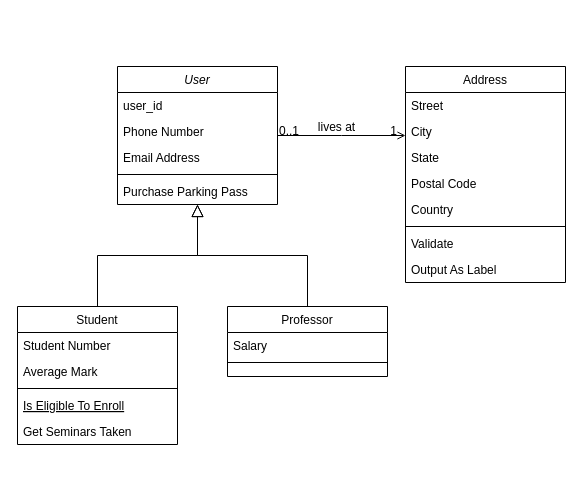
The draw.io diagram Dự án 1 - Nhóm 1.drawio in ShiroNeee/du_an_1, before the edit. Source tidied: cells renumbered, new cells numbered last; positions are measured from the earlier drawing's top-left corner, leaving out a move shared by most shapes. Both pictures are drawn from the tidied source at 100%, with x=0, y=0 at pixel (17, 66).
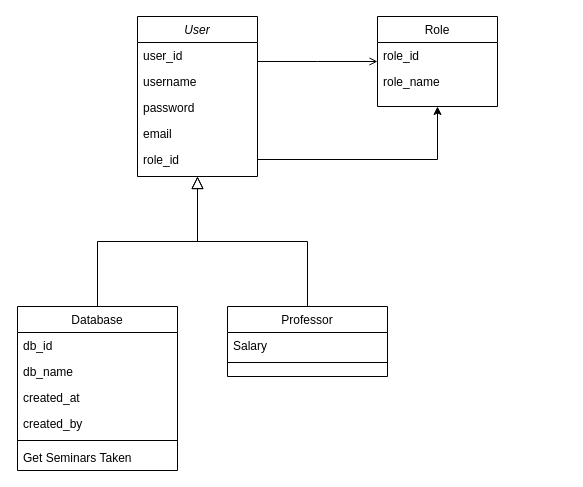
Above is the later version.

Commit message (it also covers changes not shown here):
Cập nhật Dự án 1 - Nhóm 1.drawio

The edit, as a diff of the source:
```diff
@@
-    <mxCell id="2" value="User" style="swimlane;fontStyle=2;align=center;verticalAlign=top;horizontal=1;startSize=26;rounded=0;shadow=0;strokeWidth=1;" parent="1" vertex="1">
-      <mxGeometry x="100" width="160" height="138" as="geometry" />
+    <mxCell id="2" value="User" style="swimlane;fontStyle=2;align=center;verticalAlign=top;horizontal=1;startSize=26;rounded=0;shadow=0;strokeWidth=1;labelBackgroundColor=none;" parent="1" vertex="1">
+      <mxGeometry x="120" y="-50" width="120" height="160" as="geometry" />
     </mxCell>
-    <mxCell id="3" value="user_id" style="text;align=left;verticalAlign=top;spacingLeft=4;spacingRight=4;overflow=hidden;" parent="2" vertex="1">
-      <mxGeometry y="26" width="160" height="26" as="geometry" />
+    <mxCell id="3" value="user_id" style="text;align=left;verticalAlign=top;spacingLeft=4;spacingRight=4;overflow=hidden;labelBackgroundColor=none;" parent="2" vertex="1">
+      <mxGeometry y="26" width="120" height="26" as="geometry" />
     </mxCell>
-    <mxCell id="4" value="Phone Number" style="text;align=left;verticalAlign=top;spacingLeft=4;spacingRight=4;overflow=hidden;rounded=0;shadow=0;html=0;" parent="2" vertex="1">
-      <mxGeometry y="52" width="160" height="26" as="geometry" />
+    <mxCell id="4" value="username" style="text;align=left;verticalAlign=top;spacingLeft=4;spacingRight=4;overflow=hidden;rounded=0;shadow=0;html=0;labelBackgroundColor=none;" parent="2" vertex="1">
+      <mxGeometry y="52" width="120" height="26" as="geometry" />
     </mxCell>
-    <mxCell id="5" value="Email Address" style="text;align=left;verticalAlign=top;spacingLeft=4;spacingRight=4;overflow=hidden;rounded=0;shadow=0;html=0;" parent="2" vertex="1">
-      <mxGeometry y="78" width="160" height="26" as="geometry" />
+    <mxCell id="5" value="password" style="text;align=left;verticalAlign=top;spacingLeft=4;spacingRight=4;overflow=hidden;rounded=0;shadow=0;html=0;labelBackgroundColor=none;" parent="2" vertex="1">
+      <mxGeometry y="78" width="120" height="26" as="geometry" />
     </mxCell>
-    <mxCell id="6" style="line;html=1;strokeWidth=1;align=left;verticalAlign=middle;spacingTop=-1;spacingLeft=3;spacingRight=3;labelPosition=right;" parent="2" vertex="1">
-      <mxGeometry y="104" width="160" height="8" as="geometry" />
-    </mxCell>
-    <mxCell id="7" value="Purchase Parking Pass" style="text;align=left;verticalAlign=top;spacingLeft=4;spacingRight=4;overflow=hidden;" parent="2" vertex="1">
-      <mxGeometry y="112" width="160" height="26" as="geometry" />
-    </mxCell>
+    <mxCell id="32" value="email" style="text;align=left;verticalAlign=top;spacingLeft=4;spacingRight=4;overflow=hidden;rounded=0;shadow=0;html=0;labelBackgroundColor=none;" parent="2" vertex="1">
+      <mxGeometry y="104" width="120" height="26" as="geometry" />
+    </mxCell>
+    <mxCell id="33" value="role_id" style="text;align=left;verticalAlign=top;spacingLeft=4;spacingRight=4;overflow=hidden;points=[[0,0.5],[1,0.5]];portConstraint=eastwest;rounded=0;shadow=0;html=0;labelBackgroundColor=none;" parent="2" vertex="1">
+      <mxGeometry y="130" width="120" height="26" as="geometry" />
+    </mxCell>
-    <mxCell id="8" value="Student" style="swimlane;fontStyle=0;align=center;verticalAlign=top;horizontal=1;startSize=26;rounded=0;shadow=0;strokeWidth=1;" parent="1" vertex="1">
-      <mxGeometry y="240" width="160" height="138" as="geometry" />
+    <mxCell id="8" value="Database" style="swimlane;fontStyle=0;align=center;verticalAlign=top;horizontal=1;startSize=26;rounded=0;shadow=0;strokeWidth=1;labelBackgroundColor=none;" parent="1" vertex="1">
+      <mxGeometry y="240" width="160" height="164" as="geometry" />
     </mxCell>
-    <mxCell id="9" value="Student Number" style="text;align=left;verticalAlign=top;spacingLeft=4;spacingRight=4;overflow=hidden;" parent="8" vertex="1">
+    <mxCell id="9" value="db_id" style="text;align=left;verticalAlign=top;spacingLeft=4;spacingRight=4;overflow=hidden;labelBackgroundColor=none;" parent="8" vertex="1">
       <mxGeometry y="26" width="160" height="26" as="geometry" />
     </mxCell>
-    <mxCell id="10" value="Average Mark" style="text;align=left;verticalAlign=top;spacingLeft=4;spacingRight=4;overflow=hidden;rounded=0;shadow=0;html=0;" parent="8" vertex="1">
+    <mxCell id="10" value="db_name" style="text;align=left;verticalAlign=top;spacingLeft=4;spacingRight=4;overflow=hidden;rounded=0;shadow=0;html=0;labelBackgroundColor=none;" parent="8" vertex="1">
       <mxGeometry y="52" width="160" height="26" as="geometry" />
     </mxCell>
+    <mxCell id="34" value="created_at" style="text;align=left;verticalAlign=top;spacingLeft=4;spacingRight=4;overflow=hidden;rounded=0;shadow=0;html=0;labelBackgroundColor=none;" parent="8" vertex="1">
+      <mxGeometry y="78" width="160" height="26" as="geometry" />
+    </mxCell>
+    <mxCell id="35" value="created_by" style="text;align=left;verticalAlign=top;spacingLeft=4;spacingRight=4;overflow=hidden;rounded=0;shadow=0;html=0;labelBackgroundColor=none;" parent="8" vertex="1">
+      <mxGeometry y="104" width="160" height="26" as="geometry" />
+    </mxCell>
-    <mxCell id="11" style="line;html=1;strokeWidth=1;align=left;verticalAlign=middle;spacingTop=-1;spacingLeft=3;spacingRight=3;labelPosition=right;" parent="8" vertex="1">
-      <mxGeometry y="78" width="160" height="8" as="geometry" />
+    <mxCell id="11" style="line;html=1;strokeWidth=1;align=left;verticalAlign=middle;spacingTop=-1;spacingLeft=3;spacingRight=3;labelPosition=right;labelBackgroundColor=none;" parent="8" vertex="1">
+      <mxGeometry y="130" width="160" height="8" as="geometry" />
     </mxCell>
-    <mxCell id="12" value="Is Eligible To Enroll" style="text;align=left;verticalAlign=top;spacingLeft=4;spacingRight=4;overflow=hidden;fontStyle=4;" parent="8" vertex="1">
-      <mxGeometry y="86" width="160" height="26" as="geometry" />
-    </mxCell>
-    <mxCell id="13" value="Get Seminars Taken" style="text;align=left;verticalAlign=top;spacingLeft=4;spacingRight=4;overflow=hidden;" parent="8" vertex="1">
-      <mxGeometry y="112" width="160" height="26" as="geometry" />
+    <mxCell id="13" value="Get Seminars Taken" style="text;align=left;verticalAlign=top;spacingLeft=4;spacingRight=4;overflow=hidden;labelBackgroundColor=none;" parent="8" vertex="1">
+      <mxGeometry y="138" width="160" height="26" as="geometry" />
     </mxCell>
-    <mxCell id="14" style="endArrow=block;endSize=10;endFill=0;shadow=0;strokeWidth=1;rounded=0;curved=0;edgeStyle=elbowEdgeStyle;elbow=vertical;" parent="1" edge="1" source="8" target="2">
+    <mxCell id="14" style="endArrow=block;endSize=10;endFill=0;shadow=0;strokeWidth=1;rounded=0;curved=0;edgeStyle=elbowEdgeStyle;elbow=vertical;labelBackgroundColor=none;fontColor=default;" parent="1" edge="1" source="8" target="2">
       <mxGeometry relative="1" as="geometry" />
     </mxCell>
-    <mxCell id="15" value="Professor" style="swimlane;fontStyle=0;align=center;verticalAlign=top;horizontal=1;startSize=26;rounded=0;shadow=0;strokeWidth=1;" parent="1" vertex="1">
+    <mxCell id="15" value="Professor" style="swimlane;fontStyle=0;align=center;verticalAlign=top;horizontal=1;startSize=26;rounded=0;shadow=0;strokeWidth=1;labelBackgroundColor=none;" parent="1" vertex="1">
       <mxGeometry x="210" y="240" width="160" height="70" as="geometry" />
     </mxCell>
-    <mxCell id="16" value="Salary" style="text;align=left;verticalAlign=top;spacingLeft=4;spacingRight=4;overflow=hidden;" parent="15" vertex="1">
+    <mxCell id="16" value="Salary" style="text;align=left;verticalAlign=top;spacingLeft=4;spacingRight=4;overflow=hidden;labelBackgroundColor=none;" parent="15" vertex="1">
       <mxGeometry y="26" width="160" height="26" as="geometry" />
     </mxCell>
-    <mxCell id="17" style="line;html=1;strokeWidth=1;align=left;verticalAlign=middle;spacingTop=-1;spacingLeft=3;spacingRight=3;labelPosition=right;" parent="15" vertex="1">
+    <mxCell id="17" style="line;html=1;strokeWidth=1;align=left;verticalAlign=middle;spacingTop=-1;spacingLeft=3;spacingRight=3;labelPosition=right;labelBackgroundColor=none;" parent="15" vertex="1">
       <mxGeometry y="52" width="160" height="8" as="geometry" />
     </mxCell>
-    <mxCell id="18" style="endArrow=block;endSize=10;endFill=0;shadow=0;strokeWidth=1;rounded=0;curved=0;edgeStyle=elbowEdgeStyle;elbow=vertical;" parent="1" edge="1" source="15" target="2">
+    <mxCell id="18" style="endArrow=block;endSize=10;endFill=0;shadow=0;strokeWidth=1;rounded=0;curved=0;edgeStyle=elbowEdgeStyle;elbow=vertical;labelBackgroundColor=none;fontColor=default;" parent="1" edge="1" source="15" target="2">
       <mxGeometry relative="1" as="geometry" />
     </mxCell>
-    <mxCell id="19" value="Address" style="swimlane;fontStyle=0;align=center;verticalAlign=top;horizontal=1;startSize=26;rounded=0;shadow=0;strokeWidth=1;" parent="1" vertex="1">
-      <mxGeometry x="388" width="160" height="216" as="geometry" />
+    <mxCell id="19" value="Role" style="swimlane;fontStyle=0;align=center;verticalAlign=top;horizontal=1;startSize=26;rounded=0;shadow=0;strokeWidth=1;labelBackgroundColor=none;" parent="1" vertex="1">
+      <mxGeometry x="360" y="-50" width="120" height="90" as="geometry" />
     </mxCell>
-    <mxCell id="20" value="Street" style="text;align=left;verticalAlign=top;spacingLeft=4;spacingRight=4;overflow=hidden;" parent="19" vertex="1">
-      <mxGeometry y="26" width="160" height="26" as="geometry" />
+    <mxCell id="20" value="role_id" style="text;align=left;verticalAlign=top;spacingLeft=4;spacingRight=4;overflow=hidden;labelBackgroundColor=none;" parent="19" vertex="1">
+      <mxGeometry y="26" width="120" height="26" as="geometry" />
     </mxCell>
-    <mxCell id="21" value="City" style="text;align=left;verticalAlign=top;spacingLeft=4;spacingRight=4;overflow=hidden;rounded=0;shadow=0;html=0;" parent="19" vertex="1">
-      <mxGeometry y="52" width="160" height="26" as="geometry" />
+    <mxCell id="21" value="role_name" style="text;align=left;verticalAlign=top;spacingLeft=4;spacingRight=4;overflow=hidden;rounded=0;shadow=0;html=0;labelBackgroundColor=none;" parent="19" vertex="1">
+      <mxGeometry y="52" width="120" height="26" as="geometry" />
     </mxCell>
-    <mxCell id="22" value="State" style="text;align=left;verticalAlign=top;spacingLeft=4;spacingRight=4;overflow=hidden;rounded=0;shadow=0;html=0;" parent="19" vertex="1">
-      <mxGeometry y="78" width="160" height="26" as="geometry" />
-    </mxCell>
-    <mxCell id="23" value="Postal Code" style="text;align=left;verticalAlign=top;spacingLeft=4;spacingRight=4;overflow=hidden;rounded=0;shadow=0;html=0;" parent="19" vertex="1">
-      <mxGeometry y="104" width="160" height="26" as="geometry" />
-    </mxCell>
-    <mxCell id="24" value="Country" style="text;align=left;verticalAlign=top;spacingLeft=4;spacingRight=4;overflow=hidden;rounded=0;shadow=0;html=0;" parent="19" vertex="1">
-      <mxGeometry y="130" width="160" height="26" as="geometry" />
-    </mxCell>
-    <mxCell id="25" style="line;html=1;strokeWidth=1;align=left;verticalAlign=middle;spacingTop=-1;spacingLeft=3;spacingRight=3;labelPosition=right;" parent="19" vertex="1">
-      <mxGeometry y="156" width="160" height="8" as="geometry" />
-    </mxCell>
-    <mxCell id="26" value="Validate" style="text;align=left;verticalAlign=top;spacingLeft=4;spacingRight=4;overflow=hidden;" parent="19" vertex="1">
-      <mxGeometry y="164" width="160" height="26" as="geometry" />
-    </mxCell>
-    <mxCell id="27" value="Output As Label" style="text;align=left;verticalAlign=top;spacingLeft=4;spacingRight=4;overflow=hidden;" parent="19" vertex="1">
-      <mxGeometry y="190" width="160" height="26" as="geometry" />
-    </mxCell>
-    <mxCell id="28" style="endArrow=open;shadow=0;strokeWidth=1;rounded=0;curved=0;endFill=1;edgeStyle=elbowEdgeStyle;elbow=vertical;" parent="1" edge="1" source="2" target="19">
+    <mxCell id="28" style="endArrow=open;shadow=0;strokeWidth=1;rounded=0;curved=0;endFill=1;edgeStyle=elbowEdgeStyle;elbow=vertical;labelBackgroundColor=none;fontColor=default;" parent="1" edge="1" source="2" target="19">
       <mxGeometry x="0.5" y="41" relative="1" as="geometry">
         <mxPoint x="-40" y="32" as="offset" />
       </mxGeometry>
     </mxCell>
-    <mxCell id="29" value="0..1" style="align=left;verticalAlign=bottom;labelBackgroundColor=none;fontSize=12;" parent="28" vertex="1">
-      <mxGeometry x="-1" relative="1" as="geometry">
-        <mxPoint y="4" as="offset" />
-      </mxGeometry>
-    </mxCell>
-    <mxCell id="30" value="1" style="align=right;verticalAlign=bottom;labelBackgroundColor=none;fontSize=12;" parent="28" vertex="1">
-      <mxGeometry x="1" relative="1" as="geometry">
-        <mxPoint x="-7" y="4" as="offset" />
-      </mxGeometry>
-    </mxCell>
-    <mxCell id="31" value="lives at" style="text;html=1;align=center;verticalAlign=middle;labelBackgroundColor=none;rounded=0;shadow=0;strokeWidth=1;fontSize=12;" parent="28" vertex="1">
-      <mxGeometry x="0.5" y="49" relative="1" as="geometry">
-        <mxPoint x="-38" y="40" as="offset" />
-      </mxGeometry>
-    </mxCell>
+    <mxCell id="36" style="edgeStyle=orthogonalEdgeStyle;rounded=0;jettySize=auto;html=1;exitX=1;exitY=0.5;exitDx=0;exitDy=0;" parent="1" edge="1" source="33" target="19">
+      <mxGeometry relative="1" as="geometry" />
+    </mxCell>
```
